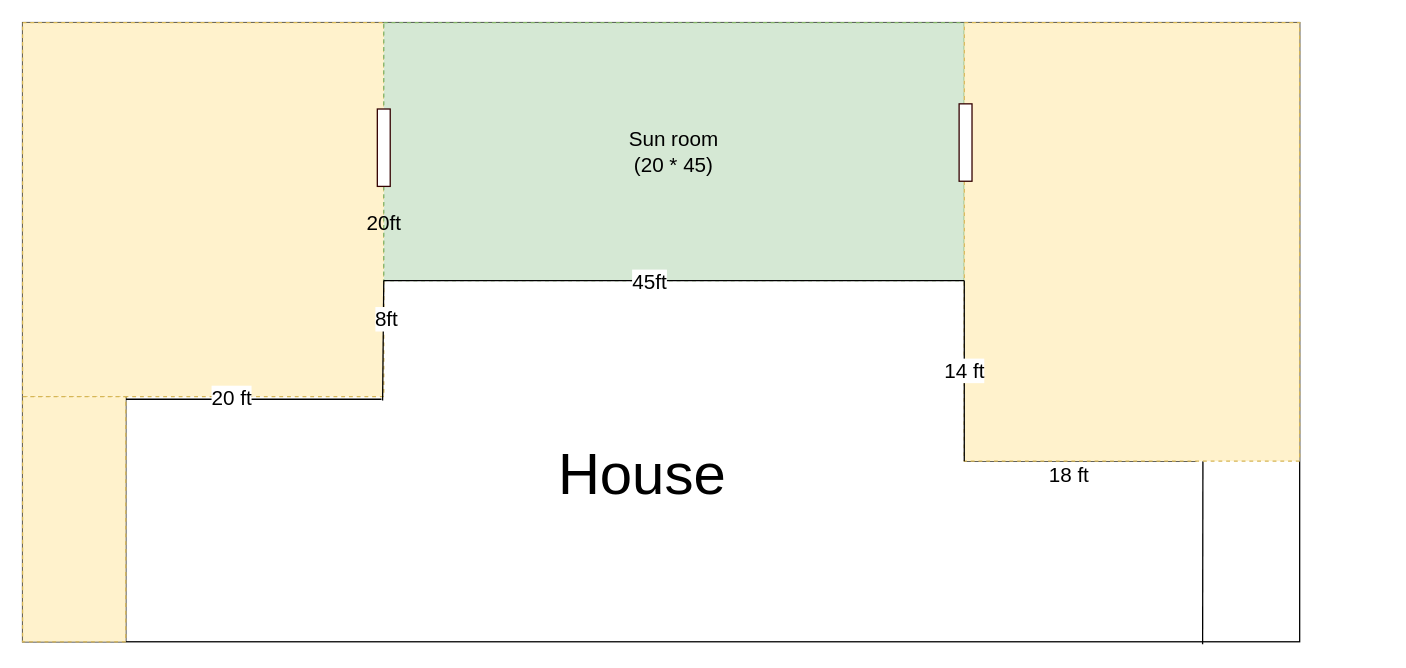
The draw.io diagram Untitled Diagram.drawio in half-6/workflow, before the edit. Source tidied: cells renumbered, new cells numbered last; positions are measured from the earlier drawing's top-left corner, leaving out a move shared by most shapes. Both pictures are drawn from the tidied source at 129%, with x=0, y=0 at pixel (22, 22).
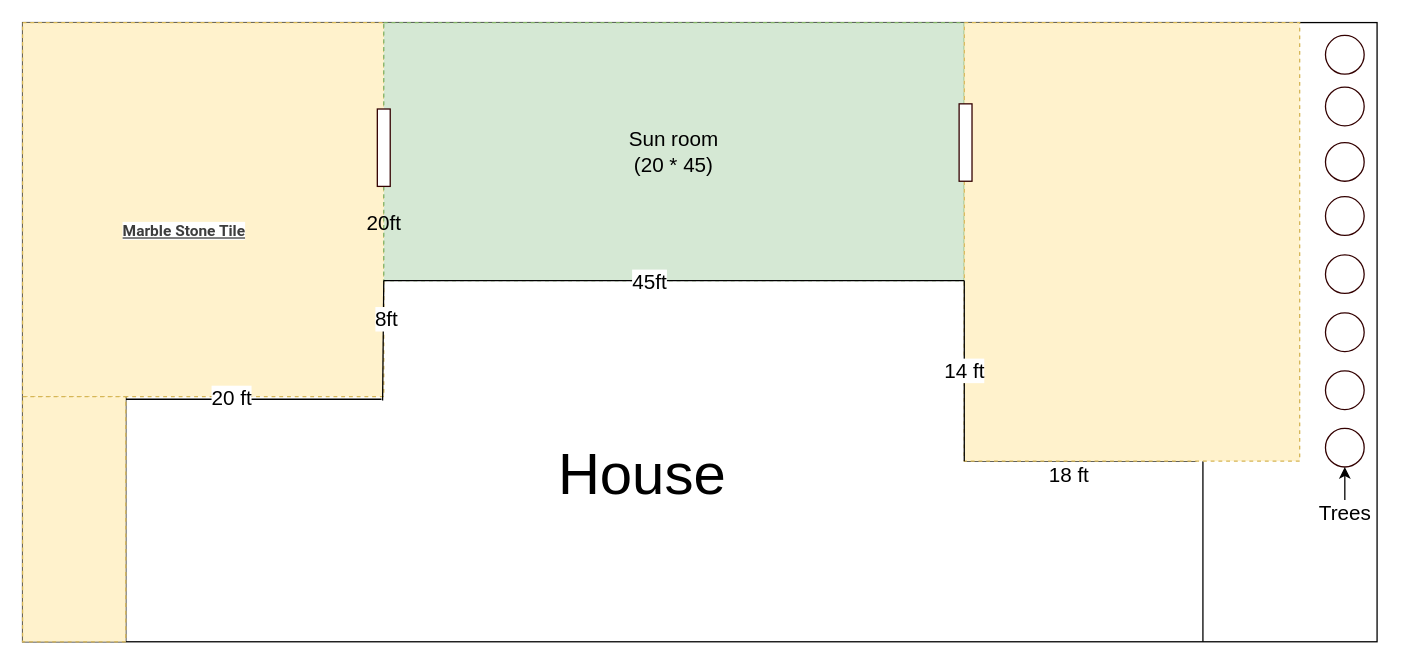
The same page after the edit.

The edit, as a diff of the source:
```diff
@@
     <mxCell id="2" style="rounded=0;whiteSpace=wrap;html=1;" parent="1" vertex="1">
-      <mxGeometry width="990" height="480" as="geometry" />
+      <mxGeometry width="1050" height="480" as="geometry" />
     </mxCell>
@@
-    <mxCell id="13" style="endArrow=none;html=1;rounded=0;fontSize=45;exitX=0.924;exitY=1.004;exitDx=0;exitDy=0;exitPerimeter=0;" parent="1" edge="1" source="2">
+    <mxCell id="13" style="endArrow=none;html=1;rounded=0;fontSize=45;" parent="1" edge="1">
       <mxGeometry relative="1" as="geometry">
+        <mxPoint x="915" y="480" as="sourcePoint" />
         <mxPoint x="915" y="340" as="targetPoint" />
       </mxGeometry>
     </mxCell>
@@
+    <mxCell id="22" value="&lt;a href=&quot;https://www.flooranddecor.com/marble-stone/masselina-sandblast-textured-marble-stone-tile-100840222.html?rrec=true&quot; title=&quot;Masselina Sandblast Textured Marble Stone Tile&quot; class=&quot;name-link productsearchhittile&quot; style=&quot;color: rgb(61 , 61 , 61) ; overflow: hidden ; outline: medium ; cursor: pointer ; margin: 0px ; padding: 0px ; border: 0px ; max-height: 3.9em ; line-height: 1.3em ; text-overflow: ellipsis ; font-size: 12px ; font-weight: 700 ; font-family: &amp;#34;roboto&amp;#34; , &amp;#34;arial&amp;#34; , sans-serif ; text-align: left ; background-color: rgb(255 , 255 , 255)&quot;&gt;Marble Stone Tile&lt;/a&gt;" style="text;html=1;align=center;verticalAlign=middle;fillColor=none;strokeColor=none;rounded=0;fontSize=45;" parent="1" vertex="1">
+      <mxGeometry x="70" y="120" width="110" height="60" as="geometry" />
+    </mxCell>
+    <mxCell id="23" style="ellipse;whiteSpace=wrap;html=1;fontSize=45;strokeColor=#330000;fillColor=#FFFFFF;" parent="1" vertex="1">
+      <mxGeometry x="1010" y="10" width="30" height="30" as="geometry" />
+    </mxCell>
+    <mxCell id="24" style="ellipse;whiteSpace=wrap;html=1;fontSize=45;strokeColor=#330000;fillColor=#FFFFFF;" parent="1" vertex="1">
+      <mxGeometry x="1010" y="50" width="30" height="30" as="geometry" />
+    </mxCell>
+    <mxCell id="25" style="ellipse;whiteSpace=wrap;html=1;fontSize=45;strokeColor=#330000;fillColor=#FFFFFF;" parent="1" vertex="1">
+      <mxGeometry x="1010" y="93" width="30" height="30" as="geometry" />
+    </mxCell>
+    <mxCell id="26" style="ellipse;whiteSpace=wrap;html=1;fontSize=45;strokeColor=#330000;fillColor=#FFFFFF;" parent="1" vertex="1">
+      <mxGeometry x="1010" y="135" width="30" height="30" as="geometry" />
+    </mxCell>
+    <mxCell id="27" style="ellipse;whiteSpace=wrap;html=1;fontSize=45;strokeColor=#330000;fillColor=#FFFFFF;" parent="1" vertex="1">
+      <mxGeometry x="1010" y="180" width="30" height="30" as="geometry" />
+    </mxCell>
+    <mxCell id="28" style="ellipse;whiteSpace=wrap;html=1;fontSize=45;strokeColor=#330000;fillColor=#FFFFFF;" parent="1" vertex="1">
+      <mxGeometry x="1010" y="225" width="30" height="30" as="geometry" />
+    </mxCell>
+    <mxCell id="29" style="ellipse;whiteSpace=wrap;html=1;fontSize=45;strokeColor=#330000;fillColor=#FFFFFF;" parent="1" vertex="1">
+      <mxGeometry x="1010" y="270" width="30" height="30" as="geometry" />
+    </mxCell>
+    <mxCell id="30" style="ellipse;whiteSpace=wrap;html=1;fontSize=45;strokeColor=#330000;fillColor=#FFFFFF;" parent="1" vertex="1">
+      <mxGeometry x="1010" y="314.5" width="30" height="30" as="geometry" />
+    </mxCell>
+    <mxCell id="31" value="Trees" style="text;html=1;align=center;verticalAlign=middle;points=[];fillColor=none;strokeColor=none;rounded=0;fontSize=16;" parent="1" vertex="1">
+      <mxGeometry x="995" y="370" width="60" height="20" as="geometry" />
+    </mxCell>
+    <mxCell id="32" style="endArrow=classic;html=1;rounded=0;fontSize=16;exitX=0.5;exitY=0;exitDx=0;exitDy=0;exitPerimeter=0;entryX=0.5;entryY=1;entryDx=0;entryDy=0;" parent="1" edge="1" source="31" target="30">
+      <mxGeometry relative="1" as="geometry" />
+    </mxCell>
```
